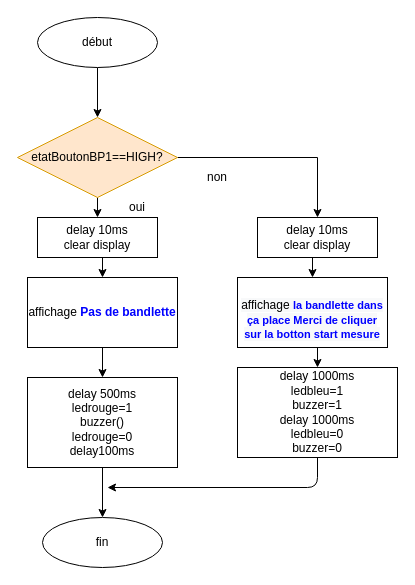
tliliyounes/GeekTrainer_Python keeps this draw.io diagram as page "Page-3" (3 of 5) of Untitled Diagram.drawio. Above is the earlier version. Source tidied: cells renumbered, new cells numbered last; positions are measured from the earlier drawing's top-left corner, leaving out a move shared by most shapes. Both pictures are drawn from the tidied source at 100%, with x=0, y=0 at pixel (17, 17).
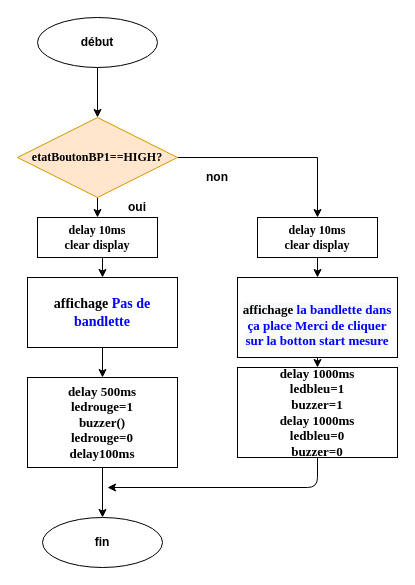
The same page after the edit.

What changed in the source:
```diff
@@
-    <mxCell id="3" value="début" style="ellipse;whiteSpace=wrap;html=1;strokeColor=#000000;" parent="1" vertex="1">
+    <mxCell id="3" value="&lt;b&gt;début&lt;/b&gt;" style="ellipse;whiteSpace=wrap;html=1;strokeColor=#000000;" parent="1" vertex="1">
       <mxGeometry x="20" width="120" height="50" as="geometry" />
     </mxCell>
@@
-    <mxCell id="6" value="etatBoutonBP1==HIGH?" style="rhombus;whiteSpace=wrap;html=1;strokeColor=#d79b00;fillColor=#ffe6cc;" parent="1" vertex="1">
+    <mxCell id="6" value="&lt;b&gt;&lt;font face=&quot;Times New Roman&quot;&gt;etatBoutonBP1==HIGH?&lt;/font&gt;&lt;/b&gt;" style="rhombus;whiteSpace=wrap;html=1;strokeColor=#d79b00;fillColor=#ffe6cc;" parent="1" vertex="1">
       <mxGeometry y="100" width="160" height="80" as="geometry" />
     </mxCell>
@@
-    <mxCell id="8" value="delay 10ms&lt;br&gt;clear display" style="rounded=0;whiteSpace=wrap;html=1;strokeColor=#000000;" parent="1" vertex="1">
+    <mxCell id="8" value="&lt;b&gt;&lt;font face=&quot;Times New Roman&quot;&gt;delay 10ms&lt;br&gt;clear display&lt;/font&gt;&lt;/b&gt;" style="rounded=0;whiteSpace=wrap;html=1;strokeColor=#000000;" parent="1" vertex="1">
       <mxGeometry x="20" y="200" width="120" height="40" as="geometry" />
     </mxCell>
@@
-    <mxCell id="10" value="affichage&amp;nbsp;&lt;b&gt;&lt;font color=&quot;#0000ff&quot;&gt;Pas de bandlette&lt;/font&gt;&lt;/b&gt;" style="rounded=0;whiteSpace=wrap;html=1;strokeColor=#000000;" parent="1" vertex="1">
+    <mxCell id="10" value="&lt;b style=&quot;font-size: 14px&quot;&gt;&lt;font face=&quot;Times New Roman&quot; style=&quot;font-size: 14px&quot;&gt;affichage&amp;nbsp;&lt;font color=&quot;#0000ff&quot; style=&quot;font-size: 14px&quot;&gt;Pas de bandlette&lt;/font&gt;&lt;/font&gt;&lt;/b&gt;" style="rounded=0;whiteSpace=wrap;html=1;strokeColor=#000000;" parent="1" vertex="1">
       <mxGeometry x="10" y="260" width="150" height="70" as="geometry" />
     </mxCell>
@@
-    <mxCell id="12" value="delay 500ms&lt;br&gt;ledrouge=1&lt;br&gt;buzzer()&lt;br&gt;ledrouge=0&lt;br&gt;delay100ms" style="rounded=0;whiteSpace=wrap;html=1;strokeColor=#000000;" parent="1" vertex="1">
+    <mxCell id="12" value="&lt;b style=&quot;font-size: 13px&quot;&gt;&lt;font face=&quot;Times New Roman&quot; style=&quot;font-size: 13px&quot;&gt;delay 500ms&lt;br&gt;ledrouge=1&lt;br&gt;buzzer()&lt;br&gt;ledrouge=0&lt;br&gt;delay100ms&lt;/font&gt;&lt;/b&gt;" style="rounded=0;whiteSpace=wrap;html=1;strokeColor=#000000;" parent="1" vertex="1">
       <mxGeometry x="10" y="360" width="150" height="90" as="geometry" />
     </mxCell>
-    <mxCell id="13" value="oui" style="text;html=1;strokeColor=none;fillColor=none;align=center;verticalAlign=middle;whiteSpace=wrap;rounded=0;" parent="1" vertex="1">
+    <mxCell id="13" value="&lt;b&gt;oui&lt;/b&gt;" style="text;html=1;strokeColor=none;fillColor=none;align=center;verticalAlign=middle;whiteSpace=wrap;rounded=0;" parent="1" vertex="1">
       <mxGeometry x="100" y="180" width="40" height="20" as="geometry" />
     </mxCell>
-    <mxCell id="14" value="non" style="text;html=1;strokeColor=none;fillColor=none;align=center;verticalAlign=middle;whiteSpace=wrap;rounded=0;" parent="1" vertex="1">
+    <mxCell id="14" value="&lt;b&gt;non&lt;/b&gt;" style="text;html=1;strokeColor=none;fillColor=none;align=center;verticalAlign=middle;whiteSpace=wrap;rounded=0;" parent="1" vertex="1">
       <mxGeometry x="180" y="150" width="40" height="20" as="geometry" />
     </mxCell>
@@
-    <mxCell id="16" value="delay 10ms&lt;br&gt;clear display&lt;br&gt;" style="rounded=0;whiteSpace=wrap;html=1;strokeColor=#000000;" parent="1" vertex="1">
+    <mxCell id="16" value="&lt;b&gt;&lt;font face=&quot;Times New Roman&quot;&gt;delay 10ms&lt;br&gt;clear display&lt;/font&gt;&lt;/b&gt;" style="rounded=0;whiteSpace=wrap;html=1;strokeColor=#000000;" parent="1" vertex="1">
       <mxGeometry x="240" y="200" width="120" height="40" as="geometry" />
     </mxCell>
@@
-    <mxCell id="18" value="&lt;br&gt;&lt;span style=&quot;color: rgb(0 , 0 , 0) ; font-size: 12px ; font-style: normal ; font-weight: 400 ; letter-spacing: normal ; text-align: center ; text-indent: 0px ; text-transform: none ; word-spacing: 0px ; font-family: &amp;#34;helvetica&amp;#34; ; background-color: rgb(248 , 249 , 250) ; display: inline ; float: none&quot;&gt;affichage&amp;nbsp;&lt;/span&gt;&lt;span style=&quot;color: rgb(0 , 0 , 0) ; font-style: normal ; font-weight: 400 ; letter-spacing: normal ; text-align: center ; text-indent: 0px ; text-transform: none ; word-spacing: 0px ; font-family: &amp;#34;helvetica&amp;#34; ; background-color: rgb(248 , 249 , 250) ; display: inline ; float: none&quot;&gt;&lt;b&gt;&lt;font color=&quot;#0000ff&quot; style=&quot;font-size: 11px&quot;&gt;la bandlette dans ça place Merci de cliquer sur la botton start mesure&lt;/font&gt;&lt;/b&gt;&lt;/span&gt;" style="rounded=0;whiteSpace=wrap;html=1;strokeColor=#000000;" parent="1" vertex="1">
-      <mxGeometry x="220" y="260" width="150" height="70" as="geometry" />
+    <mxCell id="18" value="&lt;b style=&quot;font-size: 13px&quot;&gt;&lt;font face=&quot;Times New Roman&quot; style=&quot;font-size: 13px&quot;&gt;&lt;br&gt;&lt;span style=&quot;color: rgb(0 , 0 , 0) ; font-style: normal ; letter-spacing: normal ; text-align: center ; text-indent: 0px ; text-transform: none ; word-spacing: 0px ; background-color: rgb(248 , 249 , 250) ; display: inline ; float: none&quot;&gt;affichage&amp;nbsp;&lt;/span&gt;&lt;span style=&quot;color: rgb(0 , 0 , 0) ; font-style: normal ; letter-spacing: normal ; text-align: center ; text-indent: 0px ; text-transform: none ; word-spacing: 0px ; background-color: rgb(248 , 249 , 250) ; display: inline ; float: none&quot;&gt;&lt;font color=&quot;#0000ff&quot; style=&quot;font-size: 13px&quot;&gt;la bandlette dans ça place Merci de cliquer sur la botton start mesure&lt;/font&gt;&lt;/span&gt;&lt;/font&gt;&lt;/b&gt;" style="rounded=0;whiteSpace=wrap;html=1;strokeColor=#000000;" parent="1" vertex="1">
+      <mxGeometry x="220" y="260" width="160" height="80" as="geometry" />
     </mxCell>
-    <mxCell id="19" value="delay 1000ms&lt;br&gt;ledbleu=1&lt;br&gt;buzzer=1&lt;br&gt;delay 1000ms&lt;br&gt;ledbleu=0&lt;br&gt;buzzer=0&lt;br&gt;" style="rounded=0;whiteSpace=wrap;html=1;strokeColor=#000000;" parent="1" vertex="1">
+    <mxCell id="19" value="&lt;b style=&quot;font-size: 13px&quot;&gt;&lt;font face=&quot;Times New Roman&quot; style=&quot;font-size: 13px&quot;&gt;delay 1000ms&lt;br&gt;ledbleu=1&lt;br&gt;buzzer=1&lt;br&gt;delay 1000ms&lt;br&gt;ledbleu=0&lt;br&gt;buzzer=0&lt;/font&gt;&lt;/b&gt;" style="rounded=0;whiteSpace=wrap;html=1;strokeColor=#000000;" parent="1" vertex="1">
       <mxGeometry x="220" y="350" width="160" height="90" as="geometry" />
     </mxCell>
-    <mxCell id="20" value="fin" style="ellipse;whiteSpace=wrap;html=1;strokeColor=#000000;" parent="1" vertex="1">
+    <mxCell id="20" value="&lt;b&gt;fin&lt;/b&gt;" style="ellipse;whiteSpace=wrap;html=1;strokeColor=#000000;" parent="1" vertex="1">
       <mxGeometry x="25" y="500" width="120" height="50" as="geometry" />
     </mxCell>
```
